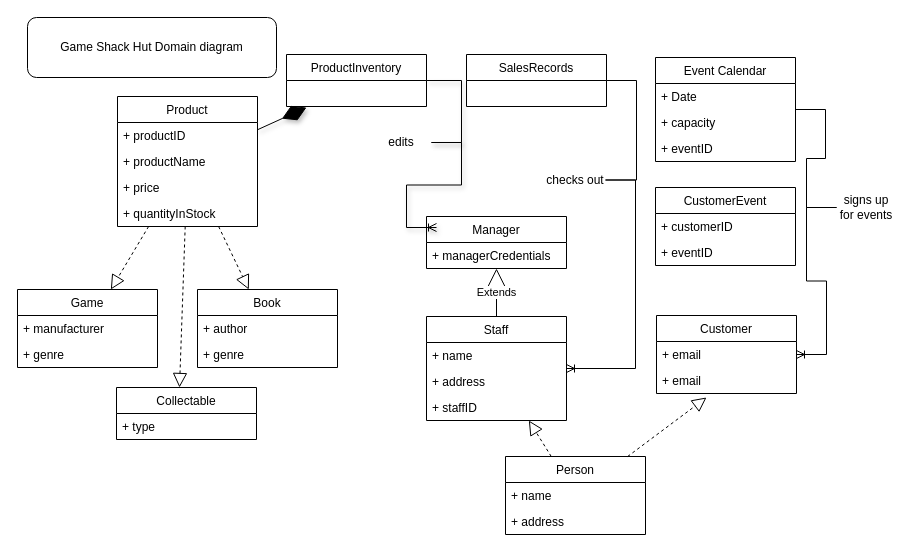
rnstphns/Game-Shack-Hut keeps this draw.io diagram as docs/Game Shack Hut Domain.drawio. Above is the earlier version. Source tidied: cells renumbered, new cells numbered last; positions are measured from the earlier drawing's top-left corner, leaving out a move shared by most shapes. Both pictures are drawn from the tidied source at 100%, with x=0, y=0 at pixel (17, 17).
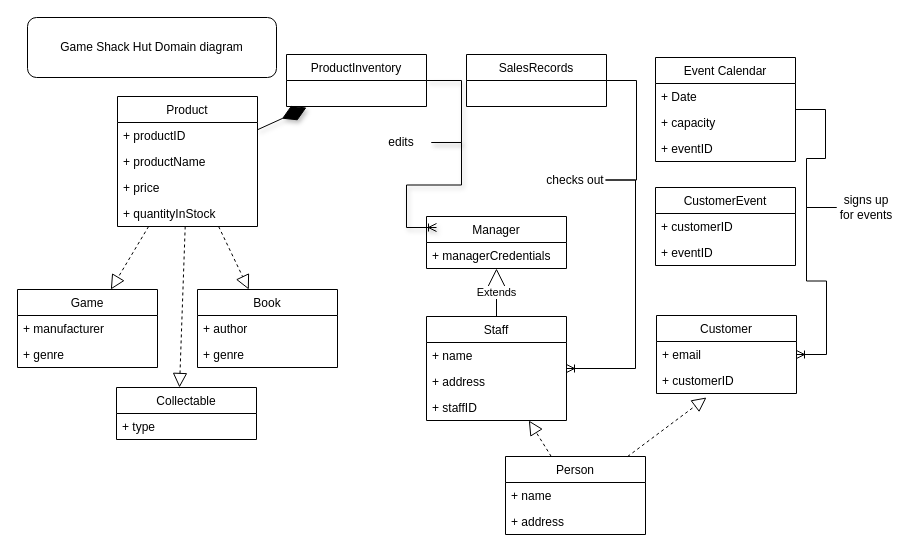
After the change.

Commit message (it also covers changes not shown here):
Add Architecture diagram

The change refers to these unchanged cells:
```xml
<mxCell id="12" value="Customer" style="swimlane;fontStyle=0;horizontal=1;startSize=26;fillColor=none;" parent="1" vertex="1">
  <mxGeometry x="639" y="298" width="140" height="78" as="geometry" />
</mxCell>
```

The edit, as a diff of the source:
```diff
@@
-    <mxCell id="14" value="+ email" style="text;strokeColor=none;fillColor=none;align=left;verticalAlign=top;spacingLeft=4;spacingRight=4;overflow=hidden;" parent="12" vertex="1">
+    <mxCell id="14" value="+ customerID" style="text;strokeColor=none;fillColor=none;align=left;verticalAlign=top;spacingLeft=4;spacingRight=4;overflow=hidden;" parent="12" vertex="1">
       <mxGeometry y="52" width="140" height="26" as="geometry" />
     </mxCell>
```
